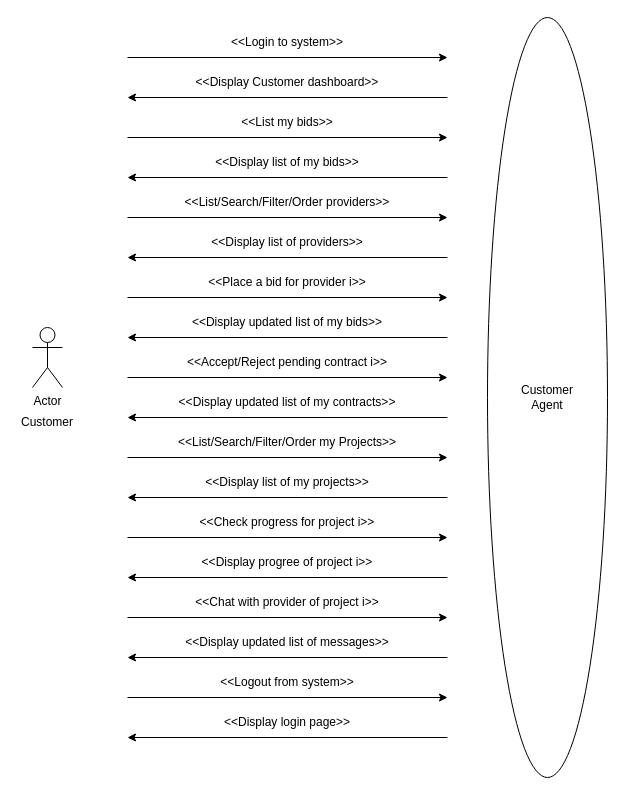
Before: Assignment2/images/image4.drawio in mjza/SENG696-F2022-G12, a draw.io diagram. Source tidied: cells renumbered, new cells numbered last; positions are measured from the earlier drawing's top-left corner, leaving out a move shared by most shapes. Both pictures are drawn from the tidied source at 100%, with x=0, y=0 at pixel (17, 17).
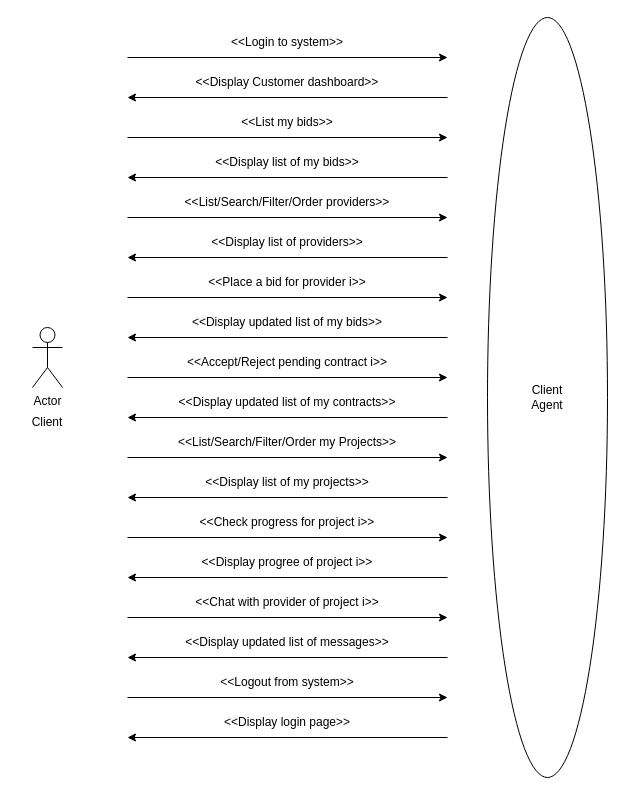
The same diagram, later.

Commit message (it also covers changes not shown here):
Class diagram added

Unchanged cells that the change refers to:
```xml
<mxCell id="27" style="group;" parent="1" vertex="1">
  <mxGeometry y="310" width="60" height="110" as="geometry" />
</mxCell>
```

The edit, as a diff of the source:
```diff
@@
-    <mxCell id="29" value="Customer" style="text;html=1;strokeColor=none;fillColor=none;align=center;verticalAlign=middle;whiteSpace=wrap;rounded=0;" parent="27" vertex="1">
+    <mxCell id="29" value="Client" style="text;html=1;strokeColor=none;fillColor=none;align=center;verticalAlign=middle;whiteSpace=wrap;rounded=0;" parent="27" vertex="1">
       <mxGeometry y="80" width="60" height="30" as="geometry" />
     </mxCell>
-    <mxCell id="30" value="Customer&lt;br&gt;Agent" style="ellipse;whiteSpace=wrap;html=1;" parent="1" vertex="1">
+    <mxCell id="30" value="Client&lt;br&gt;Agent" style="ellipse;whiteSpace=wrap;html=1;" parent="1" vertex="1">
       <mxGeometry x="470" width="120" height="760" as="geometry" />
     </mxCell>
```
